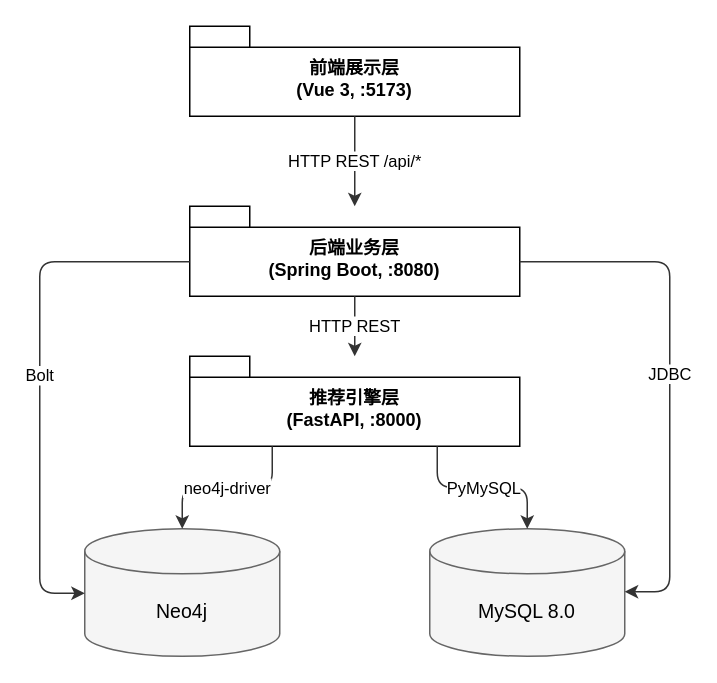
Above: docs/draw/01-system-overview.drawio in this1is1i/ACSR (draw.io), before the change. Source tidied: cells renumbered, new cells numbered last; positions are measured from the earlier drawing's top-left corner, leaving out a move shared by most shapes. Both pictures are drawn from the tidied source at 150%, with x=0, y=0 at pixel (39, 26).
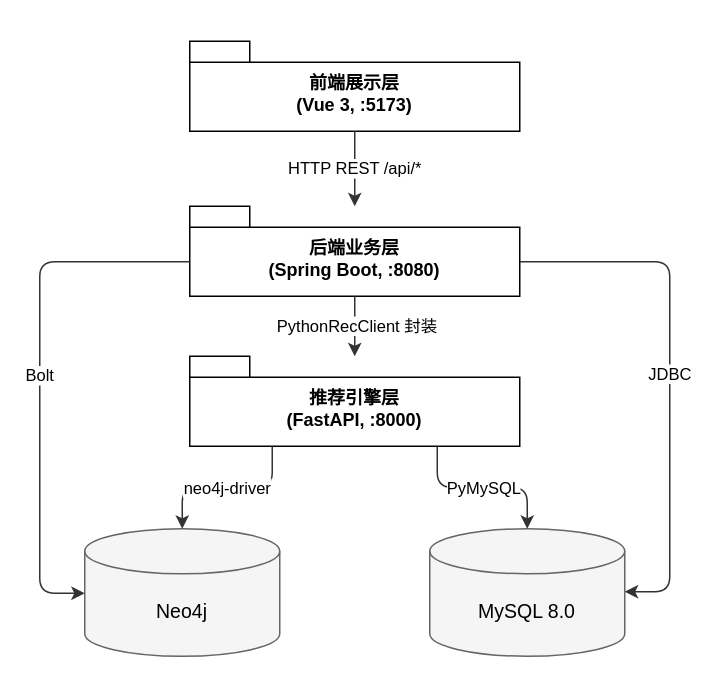
Above is the later version.

Commit message (it also covers changes not shown here):
docs: Q45 — three-tier package dependency diagrams (Mermaid)

- Frontend: npm dependency graph (Vue + Element Plus + 3D + STOMP)
- Backend: Maven dependency graph (Spring Boot + MyBatis + Neo4j)
- Python: functional module graph (8 groups, no package manager)

What changed in the source:
```diff
@@
 <mxGraphModel>
   <root>
     <mxCell id="0" />
     <mxCell id="1" parent="0" />
     <mxCell id="2" value="前端展示层&#10;(Vue 3, :5173)" style="shape=folder;fontStyle=1;spacingTop=10;tabWidth=40;tabHeight=14;tabPosition=left;html=1;whiteSpace=wrap;" parent="1" vertex="1">
-      <mxGeometry x="100" width="220" height="60" as="geometry" />
+      <mxGeometry x="100" y="10" width="220" height="60" as="geometry" />
     </mxCell>
     <mxCell id="3" value="后端业务层&#10;(Spring Boot, :8080)" style="shape=folder;fontStyle=1;spacingTop=10;tabWidth=40;tabHeight=14;tabPosition=left;html=1;whiteSpace=wrap;" parent="1" vertex="1">
       <mxGeometry x="100" y="120" width="220" height="60" as="geometry" />
     </mxCell>
     <mxCell id="4" value="推荐引擎层&#10;(FastAPI, :8000)" style="shape=folder;fontStyle=1;spacingTop=10;tabWidth=40;tabHeight=14;tabPosition=left;html=1;whiteSpace=wrap;" parent="1" vertex="1">
       <mxGeometry x="100" y="220" width="220" height="60" as="geometry" />
     </mxCell>
     <mxCell id="5" value="MySQL 8.0" style="shape=cylinder3;whiteSpace=wrap;html=1;boundedLbl=1;backgroundOutline=1;size=15;fillColor=#f5f5f5;strokeColor=#666666;fontSize=13;" parent="1" vertex="1">
       <mxGeometry x="260" y="335" width="130" height="85" as="geometry" />
     </mxCell>
     <mxCell id="6" value="Neo4j" style="shape=cylinder3;whiteSpace=wrap;html=1;boundedLbl=1;backgroundOutline=1;size=15;fillColor=#f5f5f5;strokeColor=#666666;fontSize=13;" parent="1" vertex="1">
       <mxGeometry x="30" y="335" width="130" height="85" as="geometry" />
     </mxCell>
     <mxCell id="7" value="HTTP REST /api/*" style="edgeStyle=orthogonalEdgeStyle;rounded=1;jettySize=auto;html=1;strokeColor=#333333;fontSize=11;" parent="1" edge="1" source="2" target="3">
       <mxGeometry relative="1" as="geometry" />
     </mxCell>
-    <mxCell id="8" value="HTTP REST" style="edgeStyle=orthogonalEdgeStyle;rounded=1;jettySize=auto;html=1;strokeColor=#333333;fontSize=11;" parent="1" edge="1" source="3" target="4">
+    <mxCell id="8" value="&amp;nbsp;PythonRecClient 封装" style="edgeStyle=orthogonalEdgeStyle;rounded=1;jettySize=auto;html=1;strokeColor=#333333;fontSize=11;" parent="1" edge="1" source="3" target="4">
       <mxGeometry relative="1" as="geometry" />
     </mxCell>
     <mxCell id="9" value="JDBC" style="rounded=1;jettySize=auto;html=1;strokeColor=#333333;fontSize=11;edgeStyle=orthogonalEdgeStyle;elbow=vertical;curved=0;exitX=0;exitY=0;exitDx=220;exitDy=37;exitPerimeter=0;" parent="1" edge="1" source="3" target="5">
       <mxGeometry relative="1" as="geometry">
         <Array as="points">
           <mxPoint x="420" y="157" />
           <mxPoint x="420" y="377" />
         </Array>
       </mxGeometry>
     </mxCell>
     <mxCell id="10" value="Bolt" style="rounded=1;jettySize=auto;html=1;strokeColor=#333333;fontSize=11;edgeStyle=orthogonalEdgeStyle;elbow=vertical;curved=0;exitX=0;exitY=0;exitDx=0;exitDy=37;exitPerimeter=0;" parent="1" edge="1" source="3" target="6">
       <mxGeometry relative="1" as="geometry">
         <Array as="points">
           <mxPoint y="157" />
           <mxPoint y="378" />
         </Array>
       </mxGeometry>
     </mxCell>
     <mxCell id="11" value="PyMySQL" style="rounded=1;jettySize=auto;html=1;strokeColor=#333333;fontSize=11;edgeStyle=orthogonalEdgeStyle;elbow=vertical;curved=0;exitX=0.75;exitY=1;exitDx=0;exitDy=0;exitPerimeter=0;" parent="1" edge="1" source="4" target="5">
       <mxGeometry relative="1" as="geometry" />
     </mxCell>
     <mxCell id="12" value="neo4j-driver" style="rounded=1;jettySize=auto;html=1;strokeColor=#333333;fontSize=11;edgeStyle=orthogonalEdgeStyle;elbow=vertical;curved=0;exitX=0.25;exitY=1;exitDx=0;exitDy=0;exitPerimeter=0;" parent="1" edge="1" source="4" target="6">
       <mxGeometry relative="1" as="geometry" />
     </mxCell>
   </root>
 </mxGraphModel>
```
